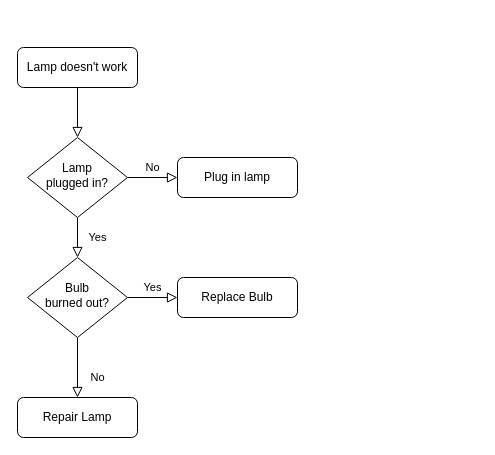
Before: Untitled Diagram.drawio in Ramese/HowTo, a draw.io diagram. Source tidied: cells renumbered, new cells numbered last; positions are measured from the earlier drawing's top-left corner, leaving out a move shared by most shapes. Both pictures are drawn from the tidied source at 100%, with x=0, y=0 at pixel (17, 47).
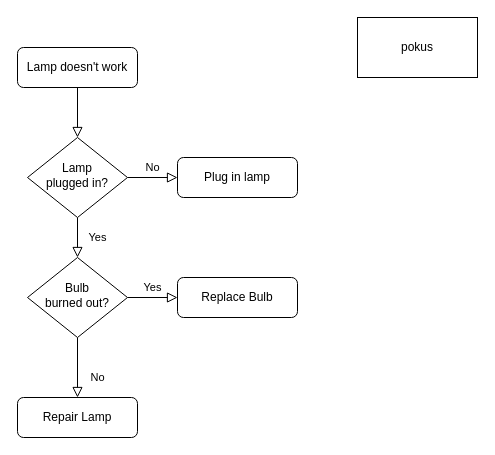
The same diagram, later.

The edit, as a diff of the source:
```diff
@@
 <mxGraphModel>
   <root>
     <mxCell id="0" />
     <mxCell id="1" parent="0" />
     <mxCell id="2" style="rounded=0;html=1;jettySize=auto;fontSize=11;endArrow=block;endFill=0;endSize=8;strokeWidth=1;shadow=0;labelBackgroundColor=none;edgeStyle=orthogonalEdgeStyle;" parent="1" edge="1" source="3" target="6">
       <mxGeometry relative="1" as="geometry" />
     </mxCell>
     <mxCell id="3" value="Lamp doesn't work" style="rounded=1;whiteSpace=wrap;html=1;fontSize=12;glass=0;strokeWidth=1;shadow=0;" parent="1" vertex="1">
       <mxGeometry width="120" height="40" as="geometry" />
     </mxCell>
     <mxCell id="4" value="Yes" style="rounded=0;html=1;jettySize=auto;fontSize=11;endArrow=block;endFill=0;endSize=8;strokeWidth=1;shadow=0;labelBackgroundColor=none;edgeStyle=orthogonalEdgeStyle;" parent="1" edge="1" source="6" target="10">
       <mxGeometry y="20" relative="1" as="geometry" />
     </mxCell>
     <mxCell id="5" value="No" style="edgeStyle=orthogonalEdgeStyle;rounded=0;html=1;jettySize=auto;fontSize=11;endArrow=block;endFill=0;endSize=8;strokeWidth=1;shadow=0;labelBackgroundColor=none;" parent="1" edge="1" source="6" target="7">
       <mxGeometry y="10" relative="1" as="geometry" />
     </mxCell>
     <mxCell id="6" value="Lamp&lt;br&gt;plugged in?" style="rhombus;whiteSpace=wrap;html=1;shadow=0;fontFamily=Helvetica;fontSize=12;align=center;strokeWidth=1;spacing=6;spacingTop=-4;" parent="1" vertex="1">
       <mxGeometry x="10" y="90" width="100" height="80" as="geometry" />
     </mxCell>
     <mxCell id="7" value="Plug in lamp" style="rounded=1;whiteSpace=wrap;html=1;fontSize=12;glass=0;strokeWidth=1;shadow=0;" parent="1" vertex="1">
       <mxGeometry x="160" y="110" width="120" height="40" as="geometry" />
     </mxCell>
     <mxCell id="8" value="No" style="rounded=0;html=1;jettySize=auto;fontSize=11;endArrow=block;endFill=0;endSize=8;strokeWidth=1;shadow=0;labelBackgroundColor=none;edgeStyle=orthogonalEdgeStyle;" parent="1" edge="1" source="10" target="11">
       <mxGeometry x="0.33" y="20" relative="1" as="geometry" />
     </mxCell>
     <mxCell id="9" value="Yes" style="edgeStyle=orthogonalEdgeStyle;rounded=0;html=1;jettySize=auto;fontSize=11;endArrow=block;endFill=0;endSize=8;strokeWidth=1;shadow=0;labelBackgroundColor=none;" parent="1" edge="1" source="10" target="12">
       <mxGeometry y="10" relative="1" as="geometry" />
     </mxCell>
     <mxCell id="10" value="Bulb&lt;br&gt;burned out?" style="rhombus;whiteSpace=wrap;html=1;shadow=0;fontFamily=Helvetica;fontSize=12;align=center;strokeWidth=1;spacing=6;spacingTop=-4;" parent="1" vertex="1">
       <mxGeometry x="10" y="210" width="100" height="80" as="geometry" />
     </mxCell>
     <mxCell id="11" value="Repair Lamp" style="rounded=1;whiteSpace=wrap;html=1;fontSize=12;glass=0;strokeWidth=1;shadow=0;" parent="1" vertex="1">
       <mxGeometry y="350" width="120" height="40" as="geometry" />
     </mxCell>
     <mxCell id="12" value="Replace Bulb" style="rounded=1;whiteSpace=wrap;html=1;fontSize=12;glass=0;strokeWidth=1;shadow=0;" parent="1" vertex="1">
       <mxGeometry x="160" y="230" width="120" height="40" as="geometry" />
     </mxCell>
+    <mxCell id="13" value="pokus" style="rounded=0;whiteSpace=wrap;html=1;" parent="1" vertex="1">
+      <mxGeometry x="340" y="-30" width="120" height="60" as="geometry" />
+    </mxCell>
   </root>
 </mxGraphModel>
```
